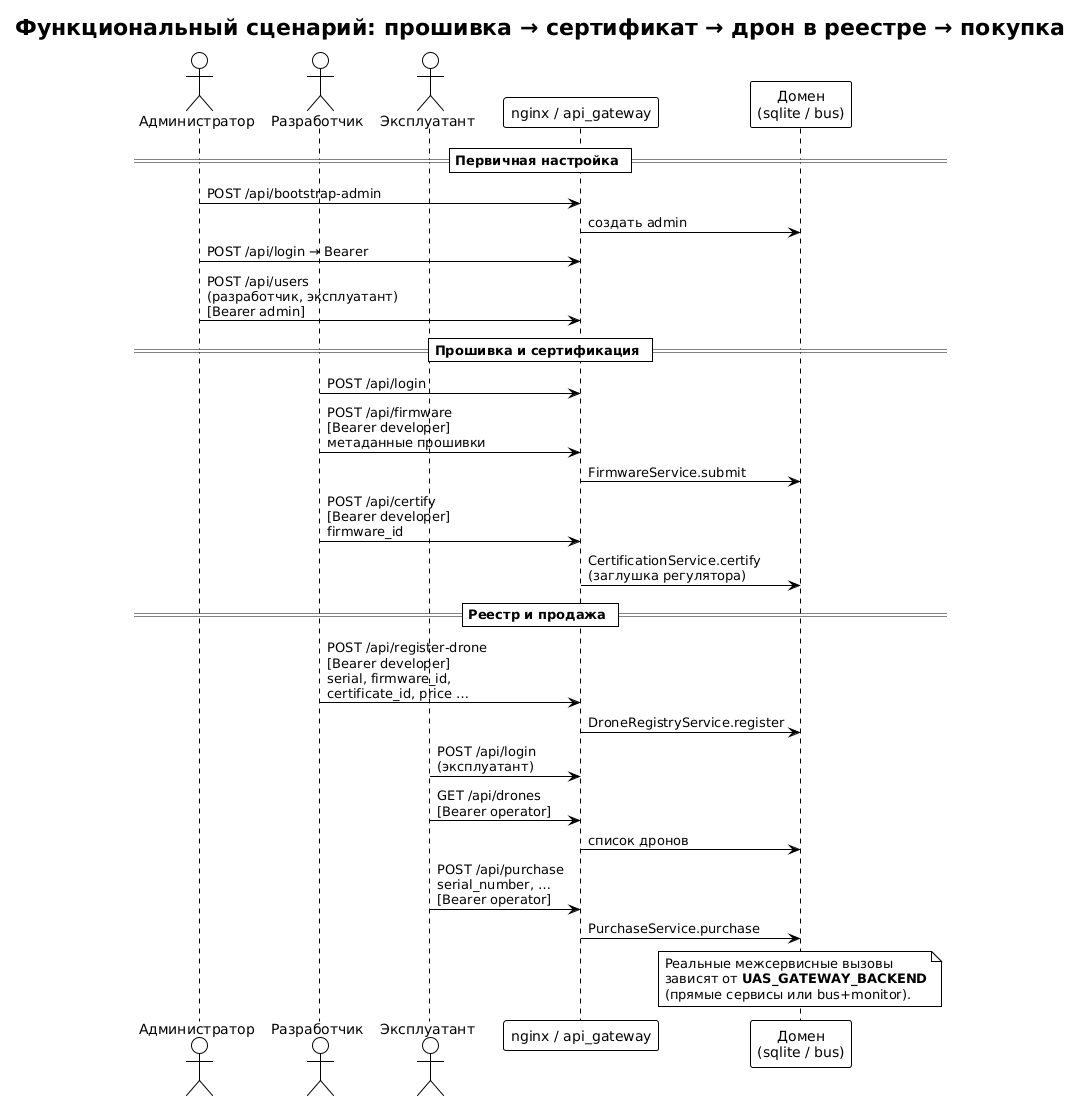
This is systems/uas_dev_company/docs/diagrams/sequence_scenario_certify_and_purchase.png from sergeysobolev-spbu/sbd-drones-economics, a PlantUML export, as it was before one commit. Its diagram source:
```plantuml
@startuml sequence_scenario_certify_and_purchase
!theme plain
title Функциональный сценарий: прошивка → сертификат → дрон в реестре → покупка

actor "Администратор" as A
actor "Разработчик" as D
actor "Эксплуатант" as O
participant "nginx / api_gateway" as API
participant "Домен\n(sqlite / bus)" as DOM

== Первичная настройка ==
A -> API : POST /api/bootstrap-admin
API -> DOM : создать admin
A -> API : POST /api/login → Bearer
A -> API : POST /api/users\n(разработчик, эксплуатант)\n[Bearer admin]

== Прошивка и сертификация ==
D -> API : POST /api/login
D -> API : POST /api/firmware\n[Bearer developer]\nметаданные прошивки
API -> DOM : FirmwareService.submit
D -> API : POST /api/certify\n[Bearer developer]\nfirmware_id
API -> DOM : CertificationService.certify\n(заглушка регулятора)

== Реестр и продажа ==
D -> API : POST /api/register-drone\n[Bearer developer]\nserial, firmware_id,\ncertificate_id, price …
API -> DOM : DroneRegistryService.register

O -> API : POST /api/login\n(эксплуатант)
O -> API : GET /api/drones\n[Bearer operator]
API -> DOM : список дронов
O -> API : POST /api/purchase\nserial_number, …\n[Bearer operator]
API -> DOM : PurchaseService.purchase

note over DOM
  Реальные межсервисные вызовы
  зависят от **UAS_GATEWAY_BACKEND**
  (прямые сервисы или bus+monitor).
end note

@enduml
```
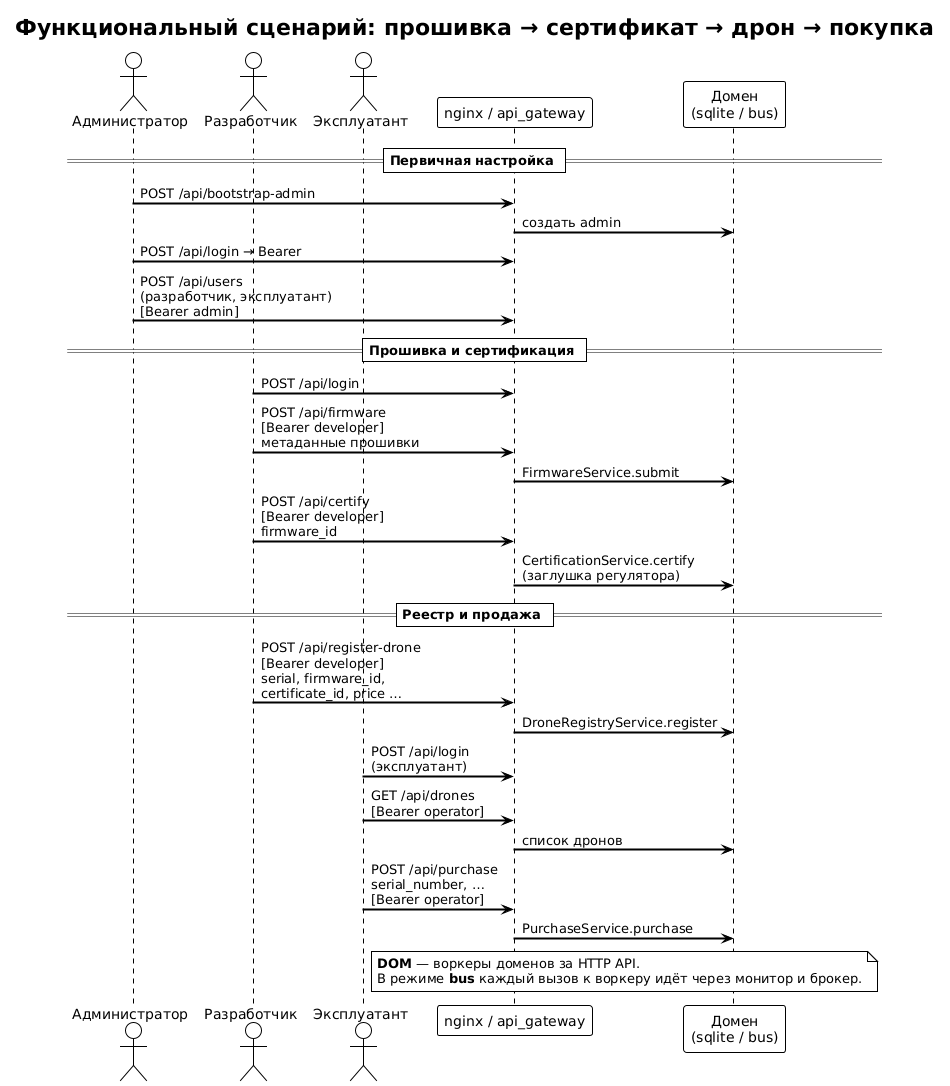
Above is the later version.

The edit, as a diff of the source:
```diff
@@ -1,6 +1,8 @@
 @startuml sequence_scenario_certify_and_purchase
 !theme plain
-title Функциональный сценарий: прошивка → сертификат → дрон в реестре → покупка
+title Функциональный сценарий: прошивка → сертификат → дрон → покупка
+
+skinparam ArrowThickness 2
 
 actor "Администратор" as A
 actor "Разработчик" as D
@@ -31,10 +33,9 @@
 O -> API : POST /api/purchase\nserial_number, …\n[Bearer operator]
 API -> DOM : PurchaseService.purchase
 
-note over DOM
-  Реальные межсервисные вызовы
-  зависят от **UAS_GATEWAY_BACKEND**
-  (прямые сервисы или bus+monitor).
+note over API, DOM
+  **DOM** — воркеры доменов за HTTP API.
+  В режиме **bus** каждый вызов к воркеру идёт через монитор и брокер.
 end note
 
 @enduml
```
